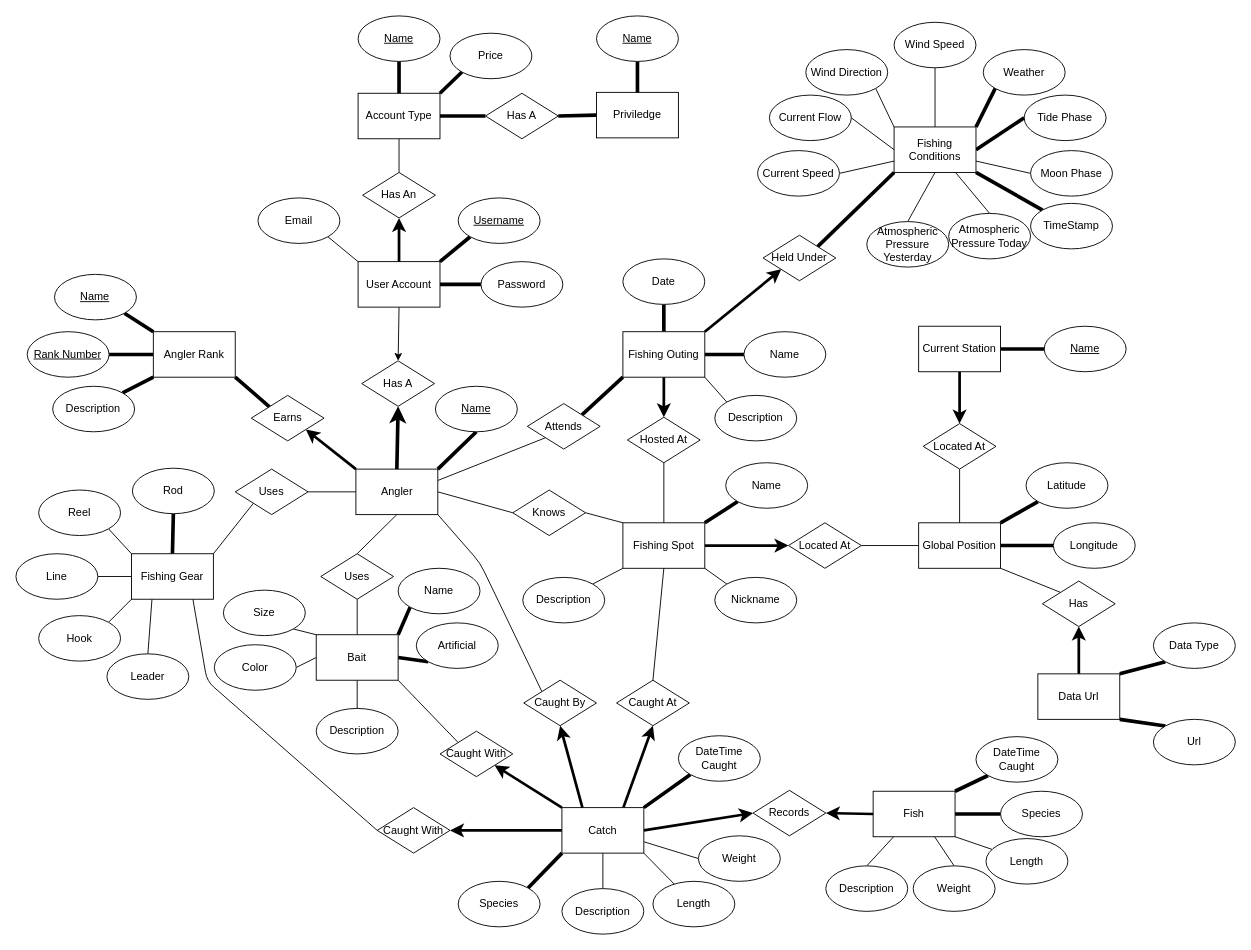
rjmcginness/FishingStories keeps this draw.io diagram as db_design/fishing.drawio. Above is the earlier version. Source tidied: cells renumbered, new cells numbered last; positions are measured from the earlier drawing's top-left corner, leaving out a move shared by most shapes. Both pictures are drawn from the tidied source at 91%, with x=0, y=0 at pixel (15, 15).
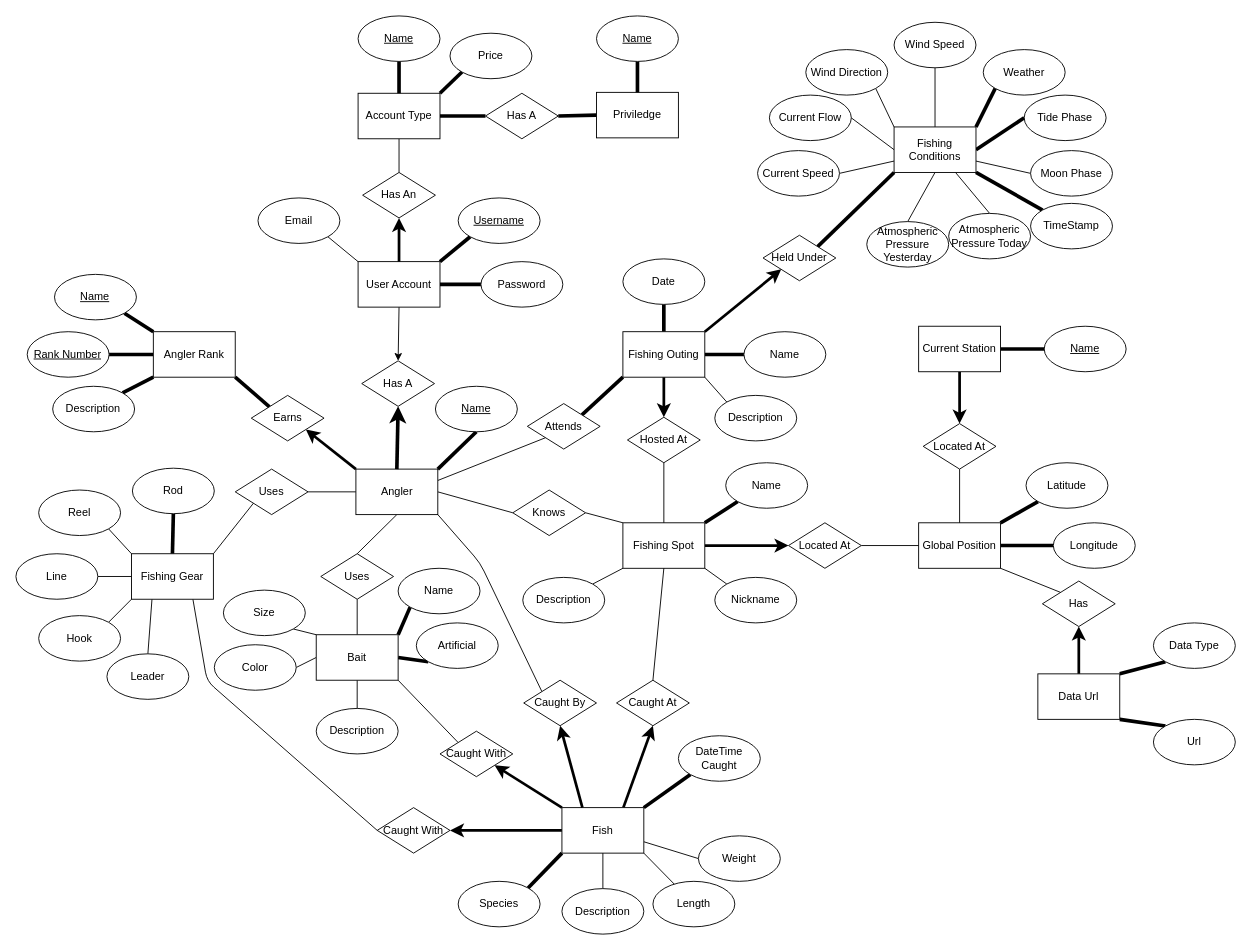
The same page after the edit.

The edit, as a diff of the source:
```diff
@@
-    <mxCell id="37" style="edgeStyle=none;html=1;entryX=0;entryY=1;entryDx=0;entryDy=0;endArrow=none;endFill=0;strokeWidth=4;exitX=1;exitY=0;exitDx=0;exitDy=0;" parent="1" edge="1" source="41" target="44">
-      <mxGeometry relative="1" as="geometry" />
-    </mxCell>
-    <mxCell id="38" style="edgeStyle=none;html=1;exitX=0.75;exitY=1;exitDx=0;exitDy=0;entryX=0.5;entryY=0;entryDx=0;entryDy=0;endArrow=none;endFill=0;strokeWidth=1;" parent="1" edge="1" source="41" target="45">
-      <mxGeometry relative="1" as="geometry" />
-    </mxCell>
-    <mxCell id="39" style="edgeStyle=none;html=1;exitX=1;exitY=1;exitDx=0;exitDy=0;endArrow=none;endFill=0;strokeWidth=1;" parent="1" edge="1" source="41" target="46">
-      <mxGeometry relative="1" as="geometry" />
-    </mxCell>
-    <mxCell id="40" style="edgeStyle=none;html=1;exitX=1;exitY=0.5;exitDx=0;exitDy=0;entryX=0;entryY=0.5;entryDx=0;entryDy=0;endArrow=none;endFill=0;strokeWidth=4;" parent="1" edge="1" source="41" target="116">
-      <mxGeometry relative="1" as="geometry" />
-    </mxCell>
-    <mxCell id="41" value="Fish" style="rounded=0;whiteSpace=wrap;html=1;" parent="1" vertex="1">
-      <mxGeometry x="942" y="852" width="90" height="50" as="geometry" />
-    </mxCell>
-    <mxCell id="42" style="edgeStyle=none;html=1;entryX=0;entryY=0.5;entryDx=0;entryDy=0;endArrow=none;endFill=0;strokeWidth=3;startArrow=classic;startFill=1;exitX=1;exitY=0.5;exitDx=0;exitDy=0;" parent="1" edge="1" source="43" target="41">
-      <mxGeometry relative="1" as="geometry" />
-    </mxCell>
-    <mxCell id="43" value="Records" style="rhombus;whiteSpace=wrap;html=1;" parent="1" vertex="1">
-      <mxGeometry x="810" y="851" width="80" height="50" as="geometry" />
-    </mxCell>
-    <mxCell id="44" value="DateTime Caught" style="ellipse;whiteSpace=wrap;html=1;" parent="1" vertex="1">
-      <mxGeometry x="1055" y="792" width="90" height="50" as="geometry" />
-    </mxCell>
-    <mxCell id="45" value="Weight" style="ellipse;whiteSpace=wrap;html=1;" parent="1" vertex="1">
-      <mxGeometry x="986" y="934" width="90" height="50" as="geometry" />
-    </mxCell>
-    <mxCell id="46" value="Length" style="ellipse;whiteSpace=wrap;html=1;" parent="1" vertex="1">
-      <mxGeometry x="1066" y="904" width="90" height="50" as="geometry" />
-    </mxCell>
-    <mxCell id="47" style="edgeStyle=none;html=1;exitX=0.5;exitY=0;exitDx=0;exitDy=0;entryX=0.25;entryY=1;entryDx=0;entryDy=0;endArrow=none;endFill=0;strokeWidth=1;" parent="1" edge="1" source="48" target="41">
-      <mxGeometry relative="1" as="geometry" />
-    </mxCell>
-    <mxCell id="48" value="Description" style="ellipse;whiteSpace=wrap;html=1;" parent="1" vertex="1">
-      <mxGeometry x="890" y="934" width="90" height="50" as="geometry" />
-    </mxCell>
@@
-    <mxCell id="116" value="Species" style="ellipse;whiteSpace=wrap;html=1;" parent="1" vertex="1">
-      <mxGeometry x="1082" y="852" width="90" height="50" as="geometry" />
-    </mxCell>
@@
-    <mxCell id="154" style="edgeStyle=none;html=1;exitX=1;exitY=0.5;exitDx=0;exitDy=0;startArrow=none;startFill=0;endArrow=classic;endFill=1;strokeWidth=3;entryX=0;entryY=0.5;entryDx=0;entryDy=0;" parent="1" edge="1" source="155" target="43">
-      <mxGeometry relative="1" as="geometry" />
-    </mxCell>
-    <mxCell id="155" value="Catch" style="rounded=0;whiteSpace=wrap;html=1;" parent="1" vertex="1">
+    <mxCell id="155" value="Fish" style="rounded=0;whiteSpace=wrap;html=1;" parent="1" vertex="1">
       <mxGeometry x="600" y="870" width="90" height="50" as="geometry" />
     </mxCell>
```
